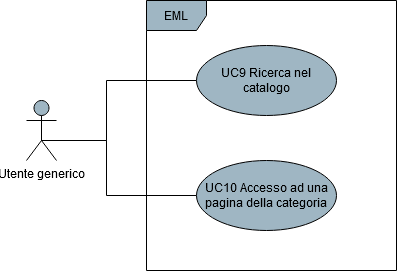
This is DocumentazioneEsterna/AnalisiDeiRequisiti/res/UseCase/Immagini/NavigazioneCatalogoGenerale.png from Omicron-Team/Documentazione, a draw.io export, as it was before one commit. Source tidied: cells renumbered, new cells last; positions are measured from the earlier drawing's top-left corner, leaving out a move shared by most shapes.
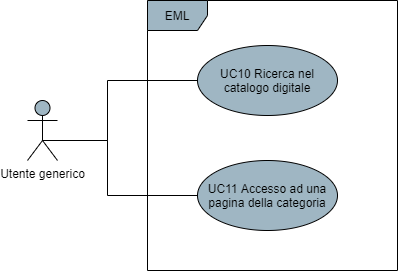
Above is the later version.

The edit, as a diff of the source:
```diff
@@ -16,7 +16,7 @@
     <mxCell id="4" value="EML" style="shape=umlFrame;whiteSpace=wrap;html=1;fillColor=#9FB6C3;" parent="1" vertex="1">
       <mxGeometry x="120" width="250" height="270" as="geometry" />
     </mxCell>
-    <mxCell id="5" value="UC9 Ricerca nel catalogo" style="ellipse;whiteSpace=wrap;html=1;fillColor=#9FB6C3;" parent="1" vertex="1">
+    <mxCell id="5" value="UC10 Ricerca nel catalogo digitale" style="ellipse;whiteSpace=wrap;html=1;fillColor=#9FB6C3;" parent="1" vertex="1">
       <mxGeometry x="170" y="45" width="140" height="70" as="geometry" />
     </mxCell>
     <mxCell id="6" style="edgeStyle=orthogonalEdgeStyle;rounded=0;jettySize=auto;html=1;entryX=0.5;entryY=0.5;entryDx=0;entryDy=0;entryPerimeter=0;endArrow=none;endFill=0;" parent="1" edge="1" source="7" target="3">
@@ -28,7 +28,7 @@
         </Array>
       </mxGeometry>
     </mxCell>
-    <mxCell id="7" value="UC10 Accesso ad una pagina della categoria" style="ellipse;whiteSpace=wrap;html=1;fillColor=#9FB6C3;" parent="1" vertex="1">
+    <mxCell id="7" value="UC11 Accesso ad una pagina della categoria" style="ellipse;whiteSpace=wrap;html=1;fillColor=#9FB6C3;" parent="1" vertex="1">
       <mxGeometry x="170" y="160" width="140" height="70" as="geometry" />
     </mxCell>
   </root>
```
